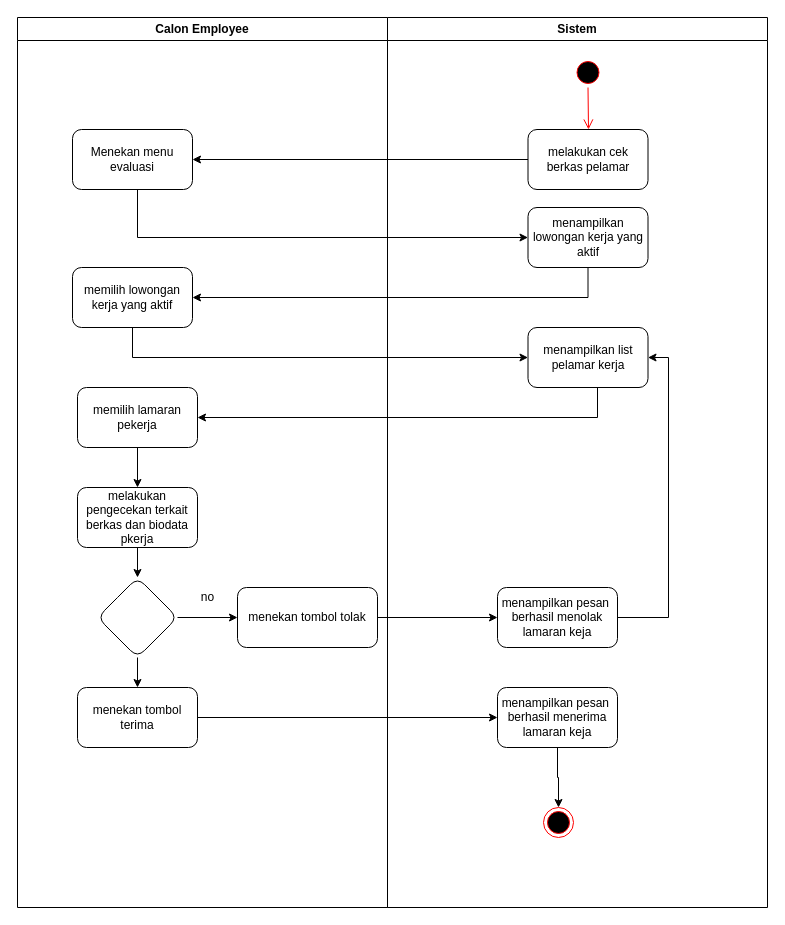
This is Activity Diagram review data employee.drawio from Tijan01/UAS_APPL, a draw.io file, before an edit. Source tidied: cells renumbered, new cells numbered last; positions are measured from the earlier drawing's top-left corner, leaving out a move shared by most shapes. Both pictures are drawn from the tidied source at 100%, with x=0, y=0 at pixel (17, 17).
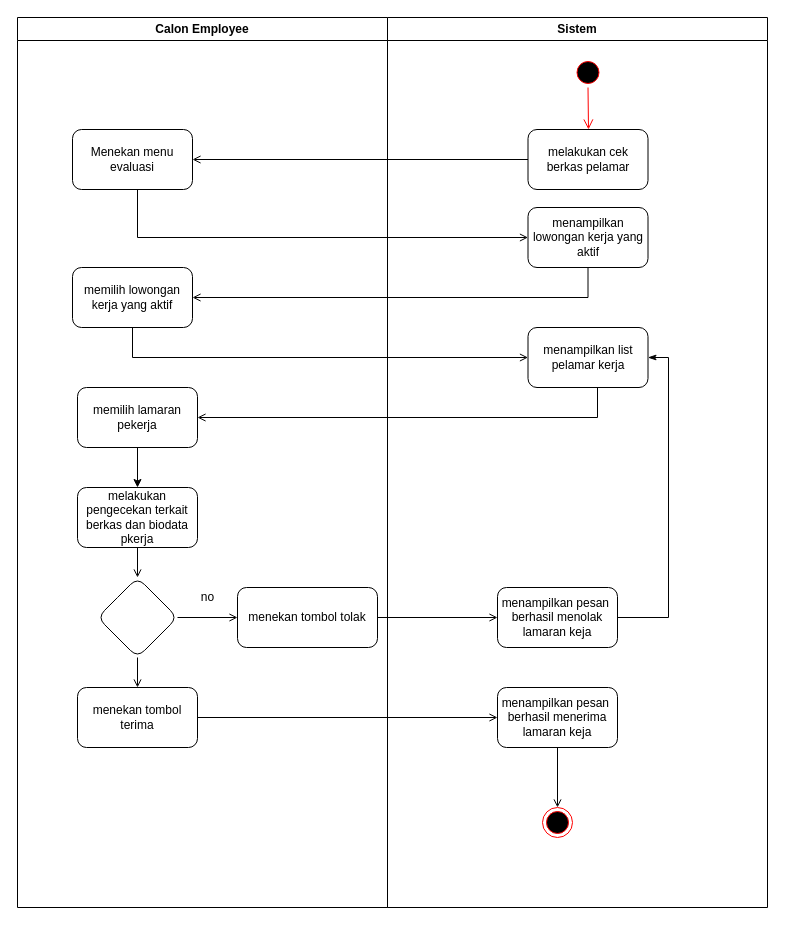
Above is the later version.

The change refers to these unchanged cells:
```xml
<mxCell id="2" value="Calon Employee" style="swimlane;whiteSpace=wrap;startSize=23;" parent="1" vertex="1">
  <mxGeometry width="370" height="890" as="geometry" />
</mxCell>
<mxCell id="3" value="Menekan menu evaluasi" style="rounded=1;whiteSpace=wrap;html=1;" parent="2" vertex="1">
  <mxGeometry x="55" y="112" width="120" height="60" as="geometry" />
</mxCell>
<mxCell id="4" value="memilih lowongan kerja yang aktif" style="whiteSpace=wrap;html=1;rounded=1;" parent="2" vertex="1">
  <mxGeometry x="55" y="250" width="120" height="60" as="geometry" />
</mxCell>
<mxCell id="6" value="memilih lamaran pekerja" style="whiteSpace=wrap;html=1;rounded=1;" parent="2" vertex="1">
  <mxGeometry x="60" y="370" width="120" height="60" as="geometry" />
</mxCell>
<mxCell id="8" value="melakukan pengecekan terkait berkas dan biodata pkerja" style="whiteSpace=wrap;html=1;rounded=1;" parent="2" vertex="1">
  <mxGeometry x="60" y="470" width="120" height="60" as="geometry" />
</mxCell>
<mxCell id="11" style="rhombus;whiteSpace=wrap;html=1;rounded=1;" parent="2" vertex="1">
  <mxGeometry x="80" y="560" width="80" height="80" as="geometry" />
</mxCell>
<mxCell id="12" value="menekan tombol tolak" style="whiteSpace=wrap;html=1;rounded=1;" parent="2" vertex="1">
  <mxGeometry x="220" y="570" width="140" height="60" as="geometry" />
</mxCell>
<mxCell id="13" value="menekan tombol terima" style="whiteSpace=wrap;html=1;rounded=1;" parent="2" vertex="1">
  <mxGeometry x="60" y="670" width="120" height="60" as="geometry" />
</mxCell>
<mxCell id="14" value="Sistem" style="swimlane;whiteSpace=wrap;" parent="1" vertex="1">
  <mxGeometry x="370" width="380" height="890" as="geometry" />
</mxCell>
<mxCell id="15" value="melakukan cek berkas pelamar" style="whiteSpace=wrap;html=1;fillColor=rgb(255, 255, 255);strokeColor=rgb(0, 0, 0);fontColor=rgb(0, 0, 0);rounded=1;" parent="14" vertex="1">
  <mxGeometry x="140.5" y="112" width="120" height="60" as="geometry" />
</mxCell>
<mxCell id="18" value="menampilkan lowongan kerja yang aktif" style="whiteSpace=wrap;html=1;rounded=1;" parent="14" vertex="1">
  <mxGeometry x="140.5" y="190" width="120" height="60" as="geometry" />
</mxCell>
<mxCell id="19" value="menampilkan list pelamar kerja" style="whiteSpace=wrap;html=1;rounded=1;" parent="14" vertex="1">
  <mxGeometry x="140.5" y="310" width="120" height="60" as="geometry" />
</mxCell>
<mxCell id="21" value="menampilkan pesan&amp;nbsp;&lt;br&gt;berhasil menolak lamaran keja" style="whiteSpace=wrap;html=1;rounded=1;" parent="14" vertex="1">
  <mxGeometry x="110" y="570" width="120" height="60" as="geometry" />
</mxCell>
<mxCell id="23" value="menampilkan pesan&amp;nbsp;&lt;br style=&quot;border-color: var(--border-color);&quot;&gt;berhasil menerima lamaran keja" style="whiteSpace=wrap;html=1;rounded=1;" parent="14" vertex="1">
  <mxGeometry x="110" y="670" width="120" height="60" as="geometry" />
</mxCell>
```

The edit, as a diff of the source:
```diff
@@
-    <mxCell id="7" style="edgeStyle=orthogonalEdgeStyle;rounded=0;jettySize=auto;html=1;" parent="2" edge="1" source="8" target="11">
+    <mxCell id="7" style="edgeStyle=orthogonalEdgeStyle;rounded=0;jettySize=auto;html=1;endArrow=open;endFill=0;" parent="2" edge="1" source="8" target="11">
       <mxGeometry relative="1" as="geometry" />
     </mxCell>
@@
-    <mxCell id="9" style="edgeStyle=orthogonalEdgeStyle;rounded=0;jettySize=auto;html=1;" parent="2" edge="1" source="11" target="12">
+    <mxCell id="9" style="edgeStyle=orthogonalEdgeStyle;rounded=0;jettySize=auto;html=1;endArrow=open;endFill=0;" parent="2" edge="1" source="11" target="12">
       <mxGeometry relative="1" as="geometry" />
     </mxCell>
-    <mxCell id="10" style="edgeStyle=orthogonalEdgeStyle;rounded=0;jettySize=auto;html=1;" parent="2" edge="1" source="11" target="13">
+    <mxCell id="10" style="edgeStyle=orthogonalEdgeStyle;rounded=0;jettySize=auto;html=1;endArrow=open;endFill=0;" parent="2" edge="1" source="11" target="13">
       <mxGeometry relative="1" as="geometry" />
     </mxCell>
@@
-    <mxCell id="20" style="edgeStyle=orthogonalEdgeStyle;rounded=0;jettySize=auto;html=1;entryX=1;entryY=0.5;entryDx=0;entryDy=0;" parent="14" edge="1" source="21" target="19">
+    <mxCell id="20" style="edgeStyle=orthogonalEdgeStyle;rounded=0;jettySize=auto;html=1;entryX=1;entryY=0.5;entryDx=0;entryDy=0;endArrow=classicThin;endFill=1;" parent="14" edge="1" source="21" target="19">
       <mxGeometry relative="1" as="geometry">
         <Array as="points">
           <mxPoint x="281" y="600" />
           <mxPoint x="281" y="340" />
         </Array>
       </mxGeometry>
     </mxCell>
@@
-    <mxCell id="22" style="edgeStyle=orthogonalEdgeStyle;rounded=0;jettySize=auto;html=1;entryX=0.5;entryY=0;entryDx=0;entryDy=0;" parent="14" edge="1" source="23" target="24">
+    <mxCell id="22" style="edgeStyle=orthogonalEdgeStyle;rounded=0;jettySize=auto;html=1;entryX=0.5;entryY=0;entryDx=0;entryDy=0;endArrow=open;endFill=0;" parent="14" edge="1" source="23" target="24">
       <mxGeometry relative="1" as="geometry" />
     </mxCell>
@@
     <mxCell id="24" style="ellipse;html=1;shape=endState;fillColor=#000000;strokeColor=#ff0000;" parent="14" vertex="1">
-      <mxGeometry x="156" y="790" width="30" height="30" as="geometry" />
+      <mxGeometry x="155" y="790" width="30" height="30" as="geometry" />
     </mxCell>
-    <mxCell id="25" style="edgeStyle=orthogonalEdgeStyle;rounded=0;jettySize=auto;html=1;entryX=1;entryY=0.5;entryDx=0;entryDy=0;" parent="1" edge="1" source="15" target="3">
+    <mxCell id="25" style="edgeStyle=orthogonalEdgeStyle;rounded=0;jettySize=auto;html=1;entryX=1;entryY=0.5;entryDx=0;entryDy=0;endArrow=open;endFill=0;" parent="1" edge="1" source="15" target="3">
       <mxGeometry relative="1" as="geometry" />
     </mxCell>
-    <mxCell id="26" style="edgeStyle=orthogonalEdgeStyle;rounded=0;jettySize=auto;html=1;" parent="1" edge="1" source="3" target="18">
+    <mxCell id="26" style="edgeStyle=orthogonalEdgeStyle;rounded=0;jettySize=auto;html=1;endArrow=open;endFill=0;" parent="1" edge="1" source="3" target="18">
       <mxGeometry relative="1" as="geometry">
         <Array as="points">
           <mxPoint x="120" y="220" />
         </Array>
       </mxGeometry>
     </mxCell>
-    <mxCell id="27" style="edgeStyle=orthogonalEdgeStyle;rounded=0;jettySize=auto;html=1;" parent="1" edge="1" source="18" target="4">
+    <mxCell id="27" style="edgeStyle=orthogonalEdgeStyle;rounded=0;jettySize=auto;html=1;endArrow=open;endFill=0;" parent="1" edge="1" source="18" target="4">
       <mxGeometry relative="1" as="geometry">
         <Array as="points">
           <mxPoint x="571" y="280" />
         </Array>
       </mxGeometry>
     </mxCell>
-    <mxCell id="28" style="edgeStyle=orthogonalEdgeStyle;rounded=0;jettySize=auto;html=1;" parent="1" edge="1" source="4" target="19">
+    <mxCell id="28" style="edgeStyle=orthogonalEdgeStyle;rounded=0;jettySize=auto;html=1;endArrow=open;endFill=0;" parent="1" edge="1" source="4" target="19">
       <mxGeometry relative="1" as="geometry">
         <Array as="points">
           <mxPoint x="115" y="340" />
         </Array>
       </mxGeometry>
     </mxCell>
-    <mxCell id="29" style="edgeStyle=orthogonalEdgeStyle;rounded=0;jettySize=auto;html=1;" parent="1" edge="1" source="19" target="6">
+    <mxCell id="29" style="edgeStyle=orthogonalEdgeStyle;rounded=0;jettySize=auto;html=1;endArrow=open;endFill=0;" parent="1" edge="1" source="19" target="6">
       <mxGeometry relative="1" as="geometry">
         <Array as="points">
           <mxPoint x="580" y="400" />
         </Array>
       </mxGeometry>
     </mxCell>
-    <mxCell id="30" style="edgeStyle=orthogonalEdgeStyle;rounded=0;jettySize=auto;html=1;" parent="1" edge="1" source="12" target="21">
+    <mxCell id="30" style="edgeStyle=orthogonalEdgeStyle;rounded=0;jettySize=auto;html=1;endArrow=open;endFill=0;" parent="1" edge="1" source="12" target="21">
       <mxGeometry relative="1" as="geometry" />
     </mxCell>
@@
-    <mxCell id="32" style="edgeStyle=orthogonalEdgeStyle;rounded=0;jettySize=auto;html=1;" parent="1" edge="1" source="13" target="23">
+    <mxCell id="32" style="edgeStyle=orthogonalEdgeStyle;rounded=0;jettySize=auto;html=1;endArrow=open;endFill=0;" parent="1" edge="1" source="13" target="23">
       <mxGeometry relative="1" as="geometry" />
     </mxCell>
```
